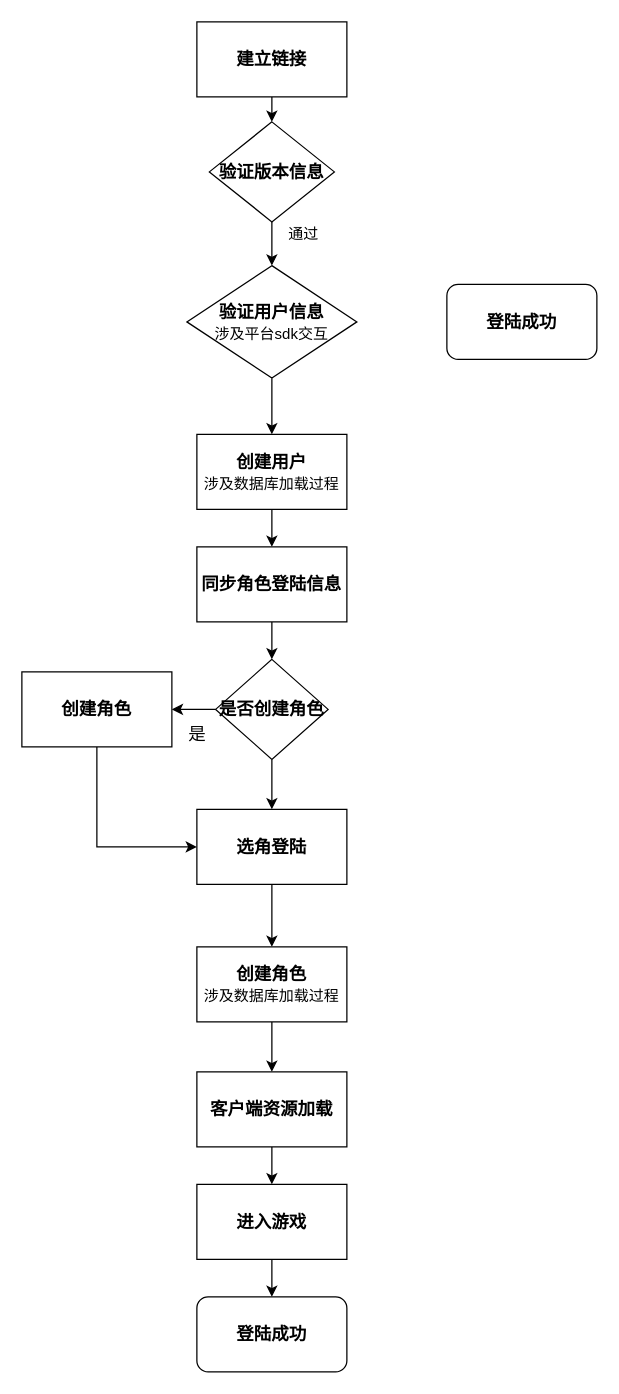
Above: page "登陆逻辑" (10 of 11) of i-server.drawio in hsoul/lqua (draw.io), before the change. Source tidied: cells renumbered, new cells numbered last; positions are measured from the earlier drawing's top-left corner, leaving out a move shared by most shapes. Both pictures are drawn from the tidied source at 125%, with x=0, y=0 at pixel (21, 21).
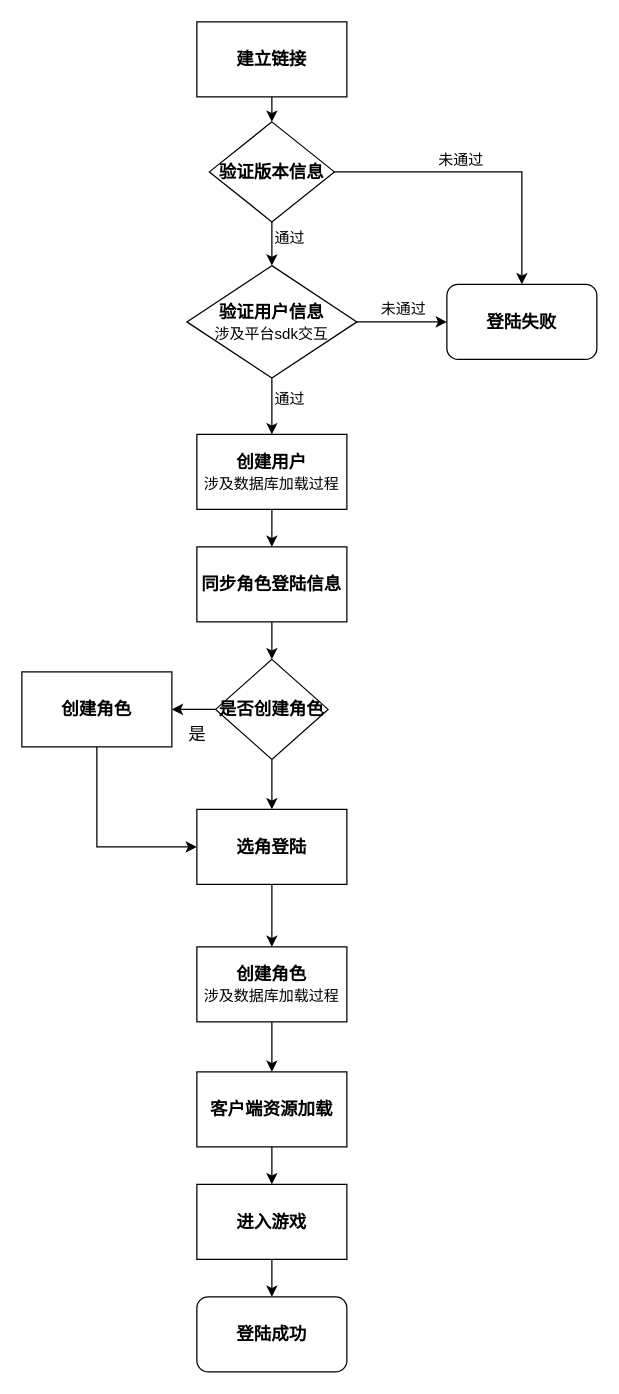
After the change.

Unchanged cells that the change refers to:
```xml
<mxCell id="5" value="验证版本信息" style="rhombus;whiteSpace=wrap;html=1;sketch=0;strokeColor=#000000;fontSize=14;fontStyle=1;" parent="1" vertex="1">
  <mxGeometry x="150" y="80" width="100" height="80" as="geometry" />
</mxCell>
<mxCell id="27" value="验证用户信息&lt;br&gt;&lt;font style=&quot;font-size: 12px ; font-weight: normal&quot;&gt;涉及平台sdk交互&lt;/font&gt;" style="rhombus;whiteSpace=wrap;html=1;sketch=0;strokeColor=#000000;fontSize=14;fontStyle=1;" parent="1" vertex="1">
  <mxGeometry x="132" y="195" width="136" height="90" as="geometry" />
</mxCell>
```

The edit, as a diff of the source:
```diff
@@
+    <mxCell id="30" style="edgeStyle=orthogonalEdgeStyle;rounded=0;jettySize=auto;html=1;exitX=1;exitY=0.5;exitDx=0;exitDy=0;entryX=0.5;entryY=0;entryDx=0;entryDy=0;fontSize=12;" parent="1" edge="1" source="5" target="28">
+      <mxGeometry relative="1" as="geometry" />
+    </mxCell>
+    <mxCell id="31" value="未通过" style="edgeLabel;html=1;align=center;verticalAlign=middle;fontSize=12;" parent="30" vertex="1">
+      <mxGeometry x="-0.17" y="3" relative="1" as="geometry">
+        <mxPoint y="-7" as="offset" />
+      </mxGeometry>
+    </mxCell>
@@
+    <mxCell id="32" style="edgeStyle=orthogonalEdgeStyle;rounded=0;jettySize=auto;html=1;exitX=1;exitY=0.5;exitDx=0;exitDy=0;entryX=0;entryY=0.5;entryDx=0;entryDy=0;fontSize=12;" parent="1" edge="1" source="27" target="28">
+      <mxGeometry relative="1" as="geometry" />
+    </mxCell>
@@
-    <mxCell id="28" value="登陆成功" style="rounded=1;whiteSpace=wrap;html=1;sketch=0;strokeColor=#000000;fontSize=14;fontStyle=1;" parent="1" vertex="1">
+    <mxCell id="28" value="登陆失败" style="rounded=1;whiteSpace=wrap;html=1;sketch=0;strokeColor=#000000;fontSize=14;fontStyle=1;" parent="1" vertex="1">
       <mxGeometry x="340" y="210" width="120" height="60" as="geometry" />
     </mxCell>
     <mxCell id="29" value="通过" style="text;html=1;align=center;verticalAlign=middle;fontSize=12;" parent="1" vertex="1">
-      <mxGeometry x="205" y="160" width="40" height="20" as="geometry" />
+      <mxGeometry x="194" y="163" width="40" height="20" as="geometry" />
     </mxCell>
+    <mxCell id="33" value="通过" style="text;html=1;align=center;verticalAlign=middle;fontSize=12;" parent="1" vertex="1">
+      <mxGeometry x="194" y="292" width="40" height="20" as="geometry" />
+    </mxCell>
+    <mxCell id="34" value="未通过" style="text;html=1;align=center;verticalAlign=middle;fontSize=12;" parent="1" vertex="1">
+      <mxGeometry x="280" y="220" width="50" height="20" as="geometry" />
+    </mxCell>
```
